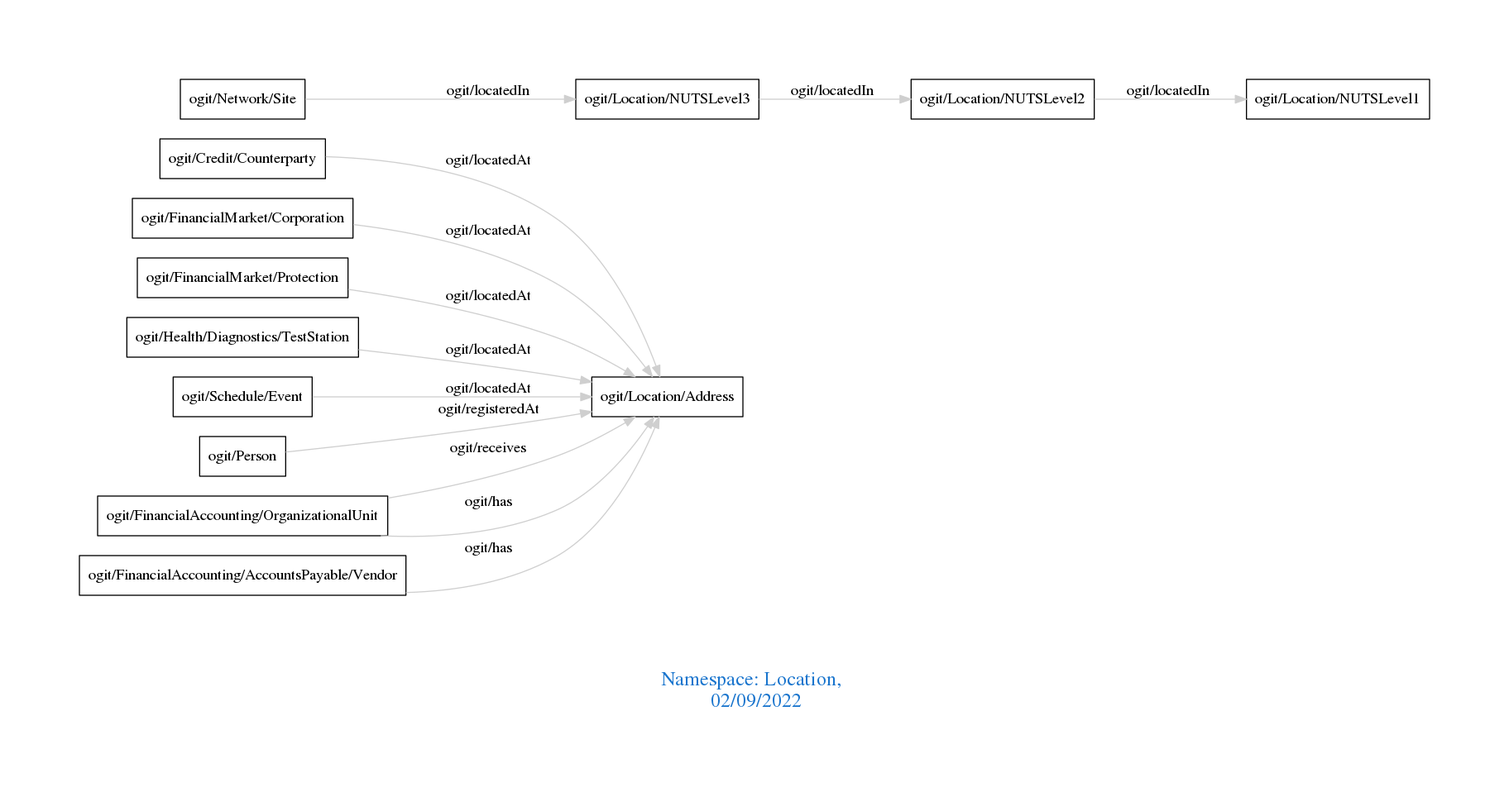
The Graphviz diagram downloads/Location.png in arago/OGIT, before a commit. Its source is kept beside it as downloads/Location.dot.
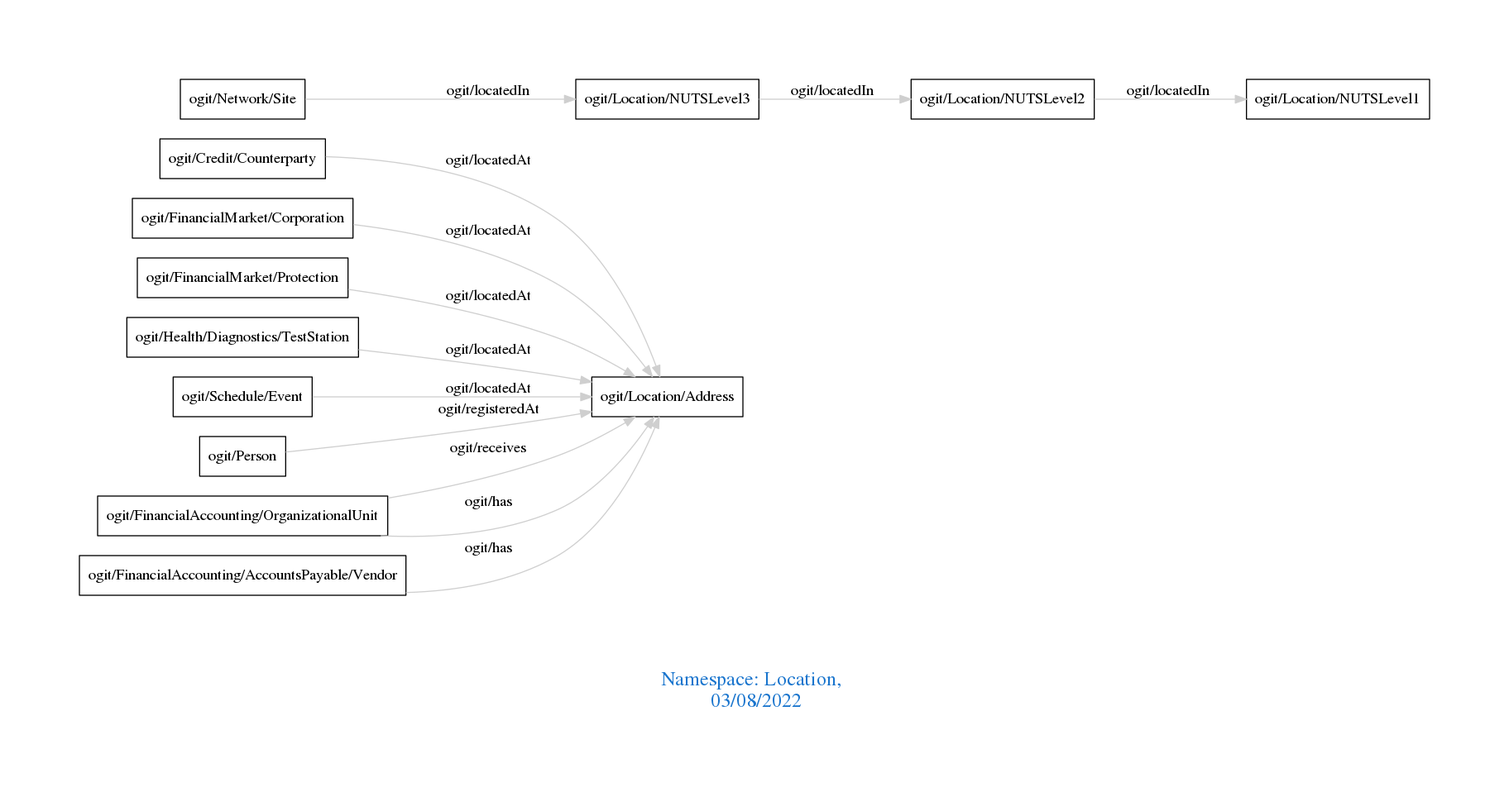
The same diagram one commit later.

The edit, as a diff of the source:
```diff
@@ -1,7 +1,7 @@
 digraph OGIT_ontology {
  graph [ rankdir= LR,pad=1
 fontsize = 18,
-fontcolor= dodgerblue3,label = "\n\n\nNamespace: Location, \n 02/09/2022"];
+fontcolor= dodgerblue3,label = "\n\n\nNamespace: Location, \n 03/08/2022"];
 node[shape=polygon];
 edge [  color="gray81"];
 
```
